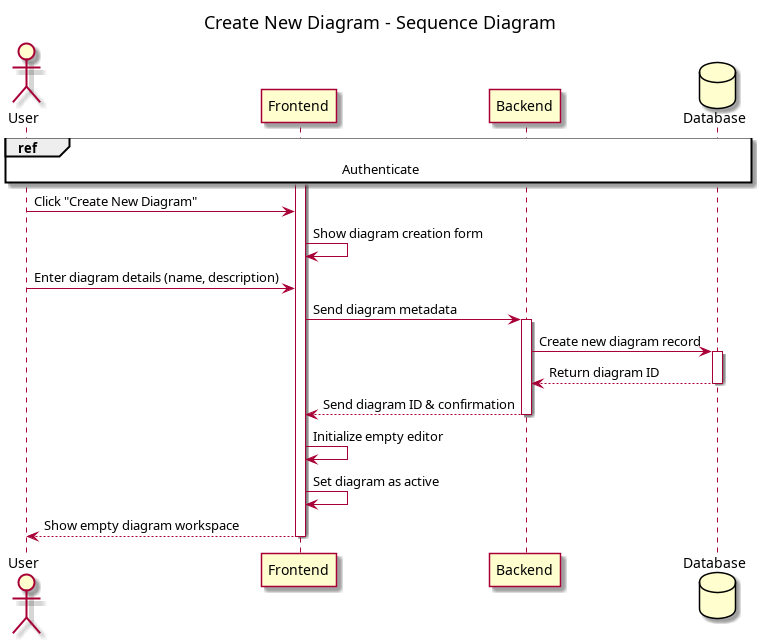
Above: conception/SprintIV/sequence_diagrams/sequence_diagramManagement_4_1_CreateNewDiagram.png in souhaib-askri/report_pfe (PlantUML), before the change. Its source is kept beside it as conception/SprintIV/sequence_diagrams/sequence_diagramManagement_4_1_CreateNewDiagram.puml.
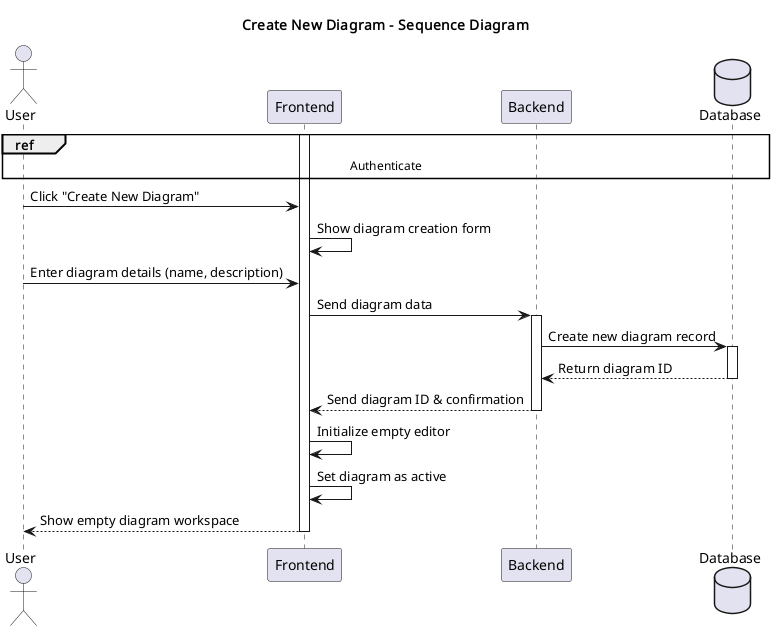
After the change.

What changed in the source:
```diff
@@ -14,7 +14,7 @@
 Frontend -> Frontend: Show diagram creation form
 
 User -> Frontend: Enter diagram details (name, description)
-Frontend -> Backend: Send diagram metadata
+Frontend -> Backend: Send diagram data
 activate Backend
 
 Backend -> Database: Create new diagram record
```
